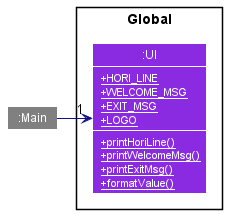
Above: docs/images/UIClass.png in nus-cs2113-AY2122S2/tp (PlantUML), before the change.
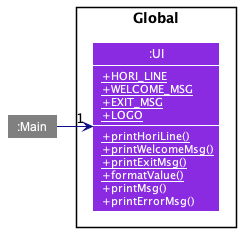
The same diagram one commit later.

Change to the diagram source:
```diff
@@ -13,6 +13,8 @@
 <color: white> <u>+printWelcomeMsg()
 <color: white> <u>+printExitMsg()
 <color: white> <u>+formatValue()
+<color: white> +printMsg()
+<color: white> +printErrorMsg()
 }
 }
 
```
